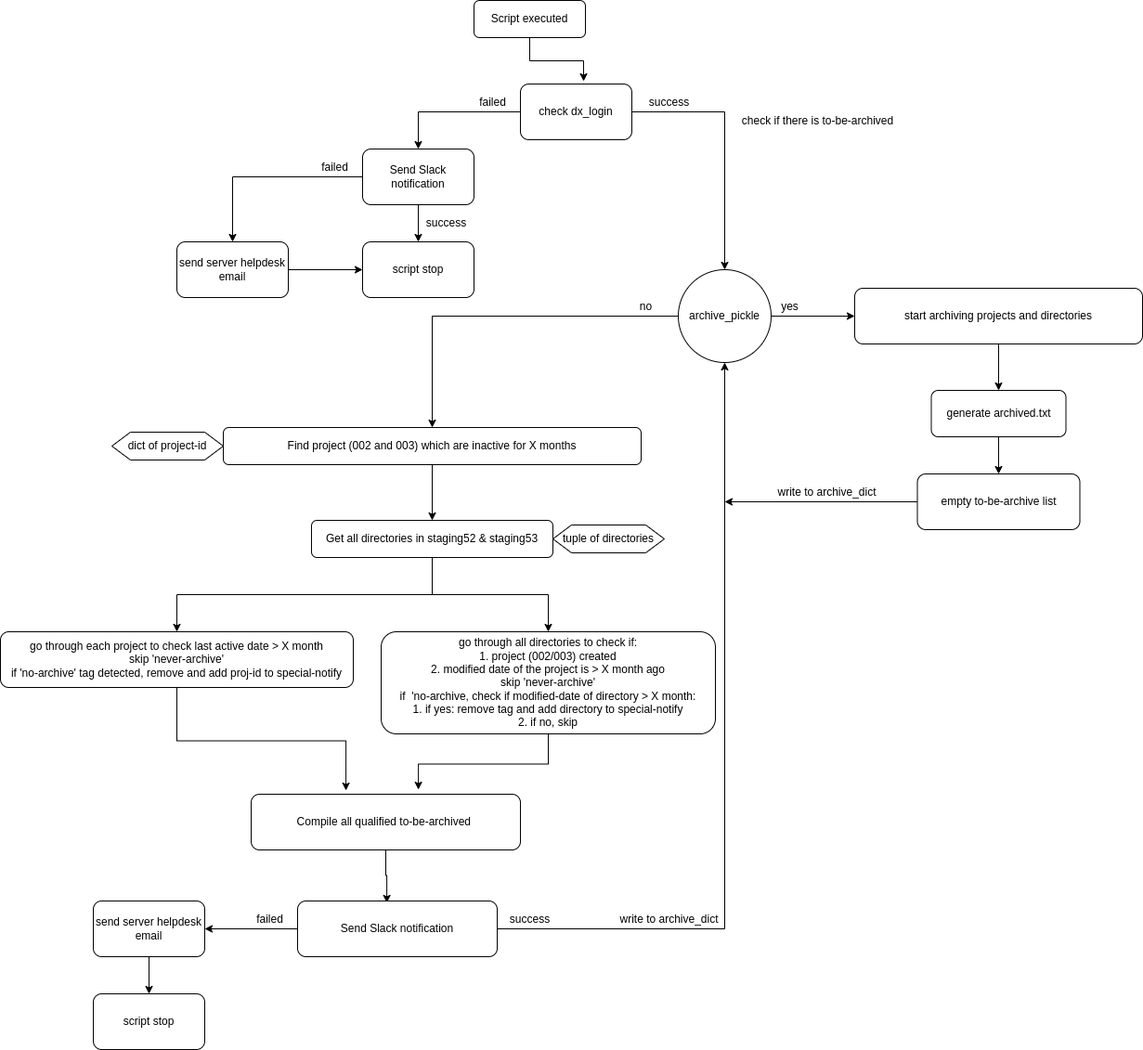
Above: archive.png in eastgenomics/automated-archiving (draw.io), before the change. Source tidied: cells renumbered, new cells last; positions are measured from the earlier drawing's top-left corner, leaving out a move shared by most shapes. Its diagram source:
```xml
<mxGraphModel>
  <root>
    <mxCell id="0" />
    <mxCell id="1" parent="0" />
    <mxCell id="2" style="edgeStyle=orthogonalEdgeStyle;rounded=0;jettySize=auto;html=1;entryX=0.567;entryY=-0.05;entryDx=0;entryDy=0;entryPerimeter=0;" parent="1" edge="1" source="3" target="37">
      <mxGeometry relative="1" as="geometry" />
    </mxCell>
    <mxCell id="3" value="Script executed" style="rounded=1;whiteSpace=wrap;html=1;" parent="1" vertex="1">
      <mxGeometry x="510" width="120" height="40" as="geometry" />
    </mxCell>
    <mxCell id="4" style="edgeStyle=orthogonalEdgeStyle;rounded=0;jettySize=auto;html=1;" parent="1" edge="1" source="5" target="9">
      <mxGeometry relative="1" as="geometry" />
    </mxCell>
    <mxCell id="5" value="Find project (002 and 003) which are inactive for X months" style="rounded=1;whiteSpace=wrap;html=1;" parent="1" vertex="1">
      <mxGeometry x="240" y="460" width="450" height="40" as="geometry" />
    </mxCell>
    <mxCell id="6" value="dict of project-id" style="shape=hexagon;perimeter=hexagonPerimeter2;whiteSpace=wrap;html=1;fixedSize=1;" parent="1" vertex="1">
      <mxGeometry x="120" y="465" width="120" height="30" as="geometry" />
    </mxCell>
    <mxCell id="7" style="edgeStyle=orthogonalEdgeStyle;rounded=0;jettySize=auto;html=1;" parent="1" edge="1" source="9" target="23">
      <mxGeometry relative="1" as="geometry" />
    </mxCell>
    <mxCell id="8" style="edgeStyle=orthogonalEdgeStyle;rounded=0;jettySize=auto;html=1;exitX=0.5;exitY=1;exitDx=0;exitDy=0;entryX=0.5;entryY=0;entryDx=0;entryDy=0;" parent="1" edge="1" source="9" target="12">
      <mxGeometry relative="1" as="geometry" />
    </mxCell>
    <mxCell id="9" value="Get all directories in staging52 &amp;amp; staging53" style="rounded=1;whiteSpace=wrap;html=1;" parent="1" vertex="1">
      <mxGeometry x="335" y="560" width="260" height="40" as="geometry" />
    </mxCell>
    <mxCell id="10" value="tuple of directories" style="shape=hexagon;perimeter=hexagonPerimeter2;whiteSpace=wrap;html=1;fixedSize=1;" parent="1" vertex="1">
      <mxGeometry x="595" y="565" width="120" height="30" as="geometry" />
    </mxCell>
    <mxCell id="11" style="edgeStyle=orthogonalEdgeStyle;rounded=0;jettySize=auto;html=1;entryX=0.352;entryY=-0.067;entryDx=0;entryDy=0;entryPerimeter=0;" parent="1" edge="1" source="12" target="25">
      <mxGeometry relative="1" as="geometry" />
    </mxCell>
    <mxCell id="12" value="go through each project to check last active date &amp;gt; X month&lt;br&gt;skip 'never-archive'&lt;br&gt;if 'no-archive' tag detected, remove and add proj-id to special-notify" style="rounded=1;whiteSpace=wrap;html=1;" parent="1" vertex="1">
      <mxGeometry y="680" width="380" height="60" as="geometry" />
    </mxCell>
    <mxCell id="13" style="edgeStyle=orthogonalEdgeStyle;rounded=0;jettySize=auto;html=1;entryX=0.5;entryY=0;entryDx=0;entryDy=0;" parent="1" edge="1" source="15" target="5">
      <mxGeometry relative="1" as="geometry" />
    </mxCell>
    <mxCell id="14" style="edgeStyle=orthogonalEdgeStyle;rounded=0;jettySize=auto;html=1;" parent="1" edge="1" source="15" target="19">
      <mxGeometry relative="1" as="geometry" />
    </mxCell>
    <mxCell id="15" value="archive_pickle" style="ellipse;whiteSpace=wrap;html=1;" parent="1" vertex="1">
      <mxGeometry x="730" y="290" width="100" height="100" as="geometry" />
    </mxCell>
    <mxCell id="16" value="check if there is to-be-archived" style="text;html=1;align=center;verticalAlign=middle;strokeColor=none;fillColor=none;" parent="1" vertex="1">
      <mxGeometry x="790" y="120" width="180" height="20" as="geometry" />
    </mxCell>
    <mxCell id="17" value="no" style="text;html=1;align=center;verticalAlign=middle;strokeColor=none;fillColor=none;" parent="1" vertex="1">
      <mxGeometry x="680" y="320" width="30" height="20" as="geometry" />
    </mxCell>
    <mxCell id="18" style="edgeStyle=orthogonalEdgeStyle;rounded=0;jettySize=auto;html=1;" parent="1" edge="1" source="19" target="21">
      <mxGeometry relative="1" as="geometry" />
    </mxCell>
    <mxCell id="19" value="start archiving projects and directories" style="rounded=1;whiteSpace=wrap;html=1;" parent="1" vertex="1">
      <mxGeometry x="920" y="310" width="310" height="60" as="geometry" />
    </mxCell>
    <mxCell id="20" style="edgeStyle=orthogonalEdgeStyle;rounded=0;jettySize=auto;html=1;" parent="1" edge="1" source="21" target="50">
      <mxGeometry relative="1" as="geometry" />
    </mxCell>
    <mxCell id="21" value="generate archived.txt" style="rounded=1;whiteSpace=wrap;html=1;" parent="1" vertex="1">
      <mxGeometry x="1002.5" y="420" width="145" height="50" as="geometry" />
    </mxCell>
    <mxCell id="22" style="edgeStyle=orthogonalEdgeStyle;rounded=0;jettySize=auto;html=1;entryX=0.621;entryY=-0.083;entryDx=0;entryDy=0;entryPerimeter=0;" parent="1" edge="1" source="23" target="25">
      <mxGeometry relative="1" as="geometry" />
    </mxCell>
    <mxCell id="23" value="go through all directories to check if:&lt;br&gt;1. project (002/003) created&lt;br&gt;2. modified date of the project is &amp;gt; X month ago&lt;br&gt;skip 'never-archive'&lt;br&gt;if&amp;nbsp; 'no-archive, check if modified-date of directory &amp;gt; X month:&lt;br&gt;1. if yes: remove tag and add directory to special-notify&lt;br&gt;2. if no, skip" style="rounded=1;whiteSpace=wrap;html=1;" parent="1" vertex="1">
      <mxGeometry x="410" y="680" width="360" height="110" as="geometry" />
    </mxCell>
    <mxCell id="24" style="edgeStyle=orthogonalEdgeStyle;rounded=0;jettySize=auto;html=1;entryX=0.447;entryY=0.033;entryDx=0;entryDy=0;entryPerimeter=0;" parent="1" edge="1" source="25" target="28">
      <mxGeometry relative="1" as="geometry" />
    </mxCell>
    <mxCell id="25" value="Compile all qualified to-be-archived&amp;nbsp;" style="rounded=1;whiteSpace=wrap;html=1;" parent="1" vertex="1">
      <mxGeometry x="270" y="855" width="290" height="60" as="geometry" />
    </mxCell>
    <mxCell id="26" style="edgeStyle=orthogonalEdgeStyle;rounded=0;jettySize=auto;html=1;" parent="1" edge="1" source="28" target="32">
      <mxGeometry relative="1" as="geometry" />
    </mxCell>
    <mxCell id="27" style="edgeStyle=orthogonalEdgeStyle;rounded=0;jettySize=auto;html=1;entryX=0.5;entryY=1;entryDx=0;entryDy=0;" parent="1" edge="1" source="28" target="15">
      <mxGeometry relative="1" as="geometry" />
    </mxCell>
    <mxCell id="28" value="Send Slack notification" style="rounded=1;whiteSpace=wrap;html=1;" parent="1" vertex="1">
      <mxGeometry x="320" y="970" width="215" height="60" as="geometry" />
    </mxCell>
    <mxCell id="29" value="write to archive_dict" style="text;html=1;align=center;verticalAlign=middle;strokeColor=none;fillColor=none;" parent="1" vertex="1">
      <mxGeometry x="660" y="980" width="120" height="20" as="geometry" />
    </mxCell>
    <mxCell id="30" value="failed" style="text;html=1;align=center;verticalAlign=middle;strokeColor=none;fillColor=none;" parent="1" vertex="1">
      <mxGeometry x="270" y="980" width="40" height="20" as="geometry" />
    </mxCell>
    <mxCell id="31" style="edgeStyle=orthogonalEdgeStyle;rounded=0;jettySize=auto;html=1;entryX=0.5;entryY=0;entryDx=0;entryDy=0;" parent="1" edge="1" source="32" target="34">
      <mxGeometry relative="1" as="geometry" />
    </mxCell>
    <mxCell id="32" value="send server helpdesk email" style="rounded=1;whiteSpace=wrap;html=1;" parent="1" vertex="1">
      <mxGeometry x="100" y="970" width="120" height="60" as="geometry" />
    </mxCell>
    <mxCell id="33" value="yes" style="text;html=1;align=center;verticalAlign=middle;strokeColor=none;fillColor=none;" parent="1" vertex="1">
      <mxGeometry x="835" y="320" width="30" height="20" as="geometry" />
    </mxCell>
    <mxCell id="34" value="script stop" style="rounded=1;whiteSpace=wrap;html=1;" parent="1" vertex="1">
      <mxGeometry x="100" y="1070" width="120" height="60" as="geometry" />
    </mxCell>
    <mxCell id="35" style="edgeStyle=orthogonalEdgeStyle;rounded=0;jettySize=auto;html=1;entryX=0.5;entryY=0;entryDx=0;entryDy=0;" parent="1" edge="1" source="37" target="15">
      <mxGeometry relative="1" as="geometry" />
    </mxCell>
    <mxCell id="36" style="edgeStyle=orthogonalEdgeStyle;rounded=0;jettySize=auto;html=1;" parent="1" edge="1" source="37">
      <mxGeometry relative="1" as="geometry">
        <mxPoint x="450" y="160" as="targetPoint" />
      </mxGeometry>
    </mxCell>
    <mxCell id="37" value="check dx_login" style="rounded=1;whiteSpace=wrap;html=1;" parent="1" vertex="1">
      <mxGeometry x="560" y="90" width="120" height="60" as="geometry" />
    </mxCell>
    <mxCell id="38" value="success" style="text;html=1;align=center;verticalAlign=middle;strokeColor=none;fillColor=none;" parent="1" vertex="1">
      <mxGeometry x="690" y="100" width="60" height="20" as="geometry" />
    </mxCell>
    <mxCell id="39" value="failed" style="text;html=1;align=center;verticalAlign=middle;strokeColor=none;fillColor=none;" parent="1" vertex="1">
      <mxGeometry x="510" y="100" width="40" height="20" as="geometry" />
    </mxCell>
    <mxCell id="40" style="edgeStyle=orthogonalEdgeStyle;rounded=0;jettySize=auto;html=1;" parent="1" edge="1" source="42" target="43">
      <mxGeometry relative="1" as="geometry" />
    </mxCell>
    <mxCell id="41" style="edgeStyle=orthogonalEdgeStyle;rounded=0;jettySize=auto;html=1;entryX=0.5;entryY=0;entryDx=0;entryDy=0;" parent="1" edge="1" source="42" target="46">
      <mxGeometry relative="1" as="geometry" />
    </mxCell>
    <mxCell id="42" value="Send Slack notification" style="rounded=1;whiteSpace=wrap;html=1;" parent="1" vertex="1">
      <mxGeometry x="390" y="160" width="120" height="60" as="geometry" />
    </mxCell>
    <mxCell id="43" value="script stop" style="rounded=1;whiteSpace=wrap;html=1;" parent="1" vertex="1">
      <mxGeometry x="390" y="260" width="120" height="60" as="geometry" />
    </mxCell>
    <mxCell id="44" value="failed" style="text;html=1;align=center;verticalAlign=middle;strokeColor=none;fillColor=none;" parent="1" vertex="1">
      <mxGeometry x="340" y="170" width="40" height="20" as="geometry" />
    </mxCell>
    <mxCell id="45" style="edgeStyle=orthogonalEdgeStyle;rounded=0;jettySize=auto;html=1;entryX=0;entryY=0.5;entryDx=0;entryDy=0;" parent="1" edge="1" source="46" target="43">
      <mxGeometry relative="1" as="geometry" />
    </mxCell>
    <mxCell id="46" value="send server helpdesk email" style="rounded=1;whiteSpace=wrap;html=1;" parent="1" vertex="1">
      <mxGeometry x="190" y="260" width="120" height="60" as="geometry" />
    </mxCell>
    <mxCell id="47" value="success" style="text;html=1;align=center;verticalAlign=middle;strokeColor=none;fillColor=none;" parent="1" vertex="1">
      <mxGeometry x="450" y="230" width="60" height="20" as="geometry" />
    </mxCell>
    <mxCell id="48" value="success" style="text;html=1;align=center;verticalAlign=middle;strokeColor=none;fillColor=none;" parent="1" vertex="1">
      <mxGeometry x="540" y="980" width="60" height="20" as="geometry" />
    </mxCell>
    <mxCell id="49" style="edgeStyle=orthogonalEdgeStyle;rounded=0;jettySize=auto;html=1;" parent="1" edge="1" source="50">
      <mxGeometry relative="1" as="geometry">
        <mxPoint x="780" y="540" as="targetPoint" />
      </mxGeometry>
    </mxCell>
    <mxCell id="50" value="empty to-be-archive list" style="rounded=1;whiteSpace=wrap;html=1;" parent="1" vertex="1">
      <mxGeometry x="987.5" y="510" width="175" height="60" as="geometry" />
    </mxCell>
    <mxCell id="51" value="write to archive_dict" style="text;html=1;align=center;verticalAlign=middle;strokeColor=none;fillColor=none;" parent="1" vertex="1">
      <mxGeometry x="830" y="520" width="120" height="20" as="geometry" />
    </mxCell>
  </root>
</mxGraphModel>
```
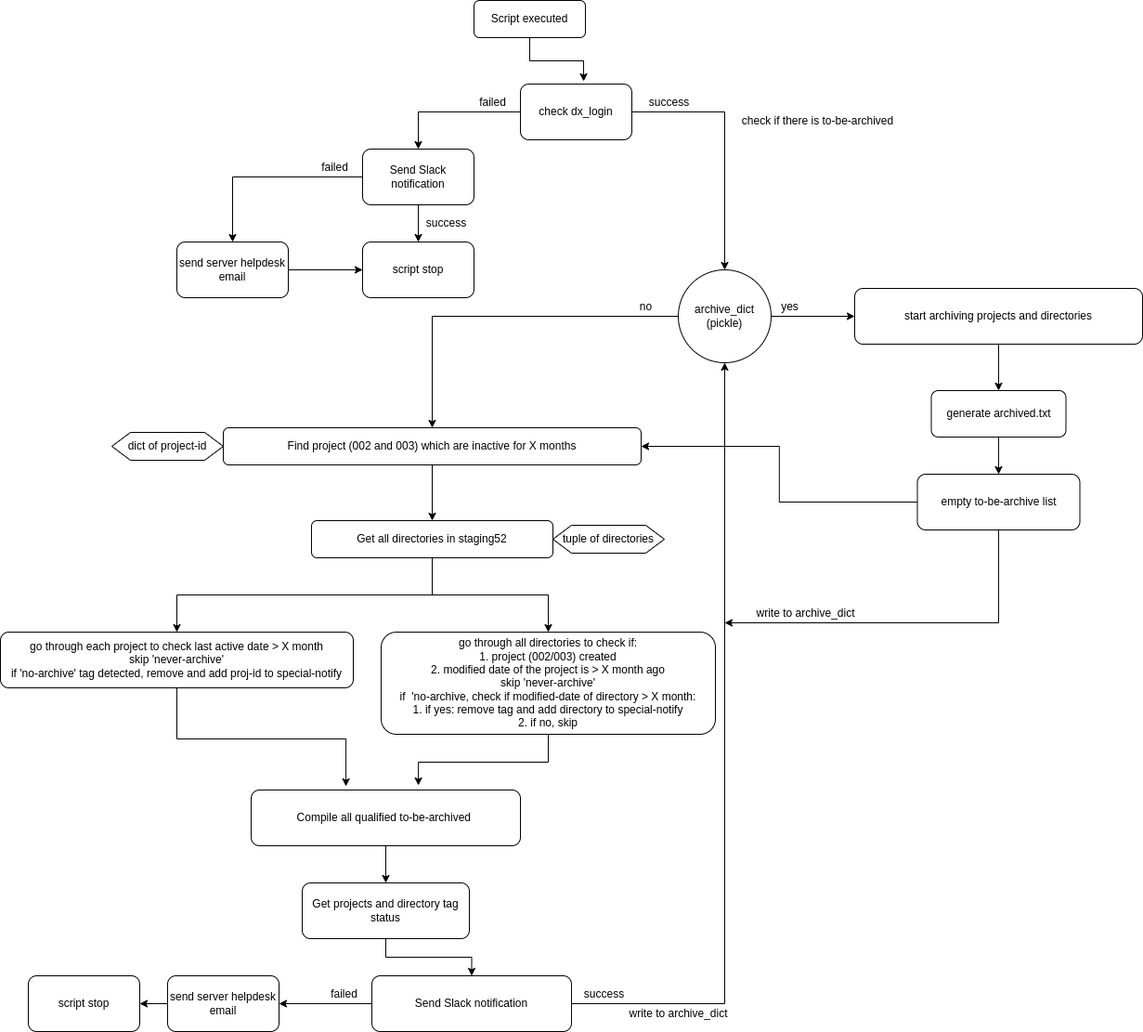
After the change.

The edit, as a diff of the source:
```diff
@@ -23,7 +23,7 @@
     <mxCell id="8" style="edgeStyle=orthogonalEdgeStyle;rounded=0;jettySize=auto;html=1;exitX=0.5;exitY=1;exitDx=0;exitDy=0;entryX=0.5;entryY=0;entryDx=0;entryDy=0;" parent="1" edge="1" source="9" target="12">
       <mxGeometry relative="1" as="geometry" />
     </mxCell>
-    <mxCell id="9" value="Get all directories in staging52 &amp;amp; staging53" style="rounded=1;whiteSpace=wrap;html=1;" parent="1" vertex="1">
+    <mxCell id="9" value="Get all directories in staging52" style="rounded=1;whiteSpace=wrap;html=1;" parent="1" vertex="1">
       <mxGeometry x="335" y="560" width="260" height="40" as="geometry" />
     </mxCell>
     <mxCell id="10" value="tuple of directories" style="shape=hexagon;perimeter=hexagonPerimeter2;whiteSpace=wrap;html=1;fixedSize=1;" parent="1" vertex="1">
@@ -41,7 +41,7 @@
     <mxCell id="14" style="edgeStyle=orthogonalEdgeStyle;rounded=0;jettySize=auto;html=1;" parent="1" edge="1" source="15" target="19">
       <mxGeometry relative="1" as="geometry" />
     </mxCell>
-    <mxCell id="15" value="archive_pickle" style="ellipse;whiteSpace=wrap;html=1;" parent="1" vertex="1">
+    <mxCell id="15" value="archive_dict&lt;br&gt;(pickle)" style="ellipse;whiteSpace=wrap;html=1;" parent="1" vertex="1">
       <mxGeometry x="730" y="290" width="100" height="100" as="geometry" />
     </mxCell>
     <mxCell id="16" value="check if there is to-be-archived" style="text;html=1;align=center;verticalAlign=middle;strokeColor=none;fillColor=none;" parent="1" vertex="1">
@@ -68,11 +68,11 @@
     <mxCell id="23" value="go through all directories to check if:&lt;br&gt;1. project (002/003) created&lt;br&gt;2. modified date of the project is &amp;gt; X month ago&lt;br&gt;skip 'never-archive'&lt;br&gt;if&amp;nbsp; 'no-archive, check if modified-date of directory &amp;gt; X month:&lt;br&gt;1. if yes: remove tag and add directory to special-notify&lt;br&gt;2. if no, skip" style="rounded=1;whiteSpace=wrap;html=1;" parent="1" vertex="1">
       <mxGeometry x="410" y="680" width="360" height="110" as="geometry" />
     </mxCell>
-    <mxCell id="24" style="edgeStyle=orthogonalEdgeStyle;rounded=0;jettySize=auto;html=1;entryX=0.447;entryY=0.033;entryDx=0;entryDy=0;entryPerimeter=0;" parent="1" edge="1" source="25" target="28">
-      <mxGeometry relative="1" as="geometry" />
-    </mxCell>
+    <mxCell id="52" style="edgeStyle=orthogonalEdgeStyle;rounded=0;jettySize=auto;html=1;" parent="1" edge="1" source="25" target="55">
+      <mxGeometry relative="1" as="geometry" />
+    </mxCell>
     <mxCell id="25" value="Compile all qualified to-be-archived&amp;nbsp;" style="rounded=1;whiteSpace=wrap;html=1;" parent="1" vertex="1">
-      <mxGeometry x="270" y="855" width="290" height="60" as="geometry" />
+      <mxGeometry x="270" y="850" width="290" height="60" as="geometry" />
     </mxCell>
     <mxCell id="26" style="edgeStyle=orthogonalEdgeStyle;rounded=0;jettySize=auto;html=1;" parent="1" edge="1" source="28" target="32">
       <mxGeometry relative="1" as="geometry" />
@@ -81,25 +81,25 @@
       <mxGeometry relative="1" as="geometry" />
     </mxCell>
     <mxCell id="28" value="Send Slack notification" style="rounded=1;whiteSpace=wrap;html=1;" parent="1" vertex="1">
-      <mxGeometry x="320" y="970" width="215" height="60" as="geometry" />
+      <mxGeometry x="400" y="1050" width="215" height="60" as="geometry" />
     </mxCell>
     <mxCell id="29" value="write to archive_dict" style="text;html=1;align=center;verticalAlign=middle;strokeColor=none;fillColor=none;" parent="1" vertex="1">
-      <mxGeometry x="660" y="980" width="120" height="20" as="geometry" />
+      <mxGeometry x="670" y="1081" width="120" height="20" as="geometry" />
     </mxCell>
     <mxCell id="30" value="failed" style="text;html=1;align=center;verticalAlign=middle;strokeColor=none;fillColor=none;" parent="1" vertex="1">
-      <mxGeometry x="270" y="980" width="40" height="20" as="geometry" />
+      <mxGeometry x="350" y="1060" width="40" height="20" as="geometry" />
     </mxCell>
-    <mxCell id="31" style="edgeStyle=orthogonalEdgeStyle;rounded=0;jettySize=auto;html=1;entryX=0.5;entryY=0;entryDx=0;entryDy=0;" parent="1" edge="1" source="32" target="34">
+    <mxCell id="31" style="edgeStyle=orthogonalEdgeStyle;rounded=0;jettySize=auto;html=1;" parent="1" edge="1" source="32" target="34">
       <mxGeometry relative="1" as="geometry" />
     </mxCell>
     <mxCell id="32" value="send server helpdesk email" style="rounded=1;whiteSpace=wrap;html=1;" parent="1" vertex="1">
-      <mxGeometry x="100" y="970" width="120" height="60" as="geometry" />
+      <mxGeometry x="180" y="1050" width="120" height="60" as="geometry" />
     </mxCell>
     <mxCell id="33" value="yes" style="text;html=1;align=center;verticalAlign=middle;strokeColor=none;fillColor=none;" parent="1" vertex="1">
       <mxGeometry x="835" y="320" width="30" height="20" as="geometry" />
     </mxCell>
     <mxCell id="34" value="script stop" style="rounded=1;whiteSpace=wrap;html=1;" parent="1" vertex="1">
-      <mxGeometry x="100" y="1070" width="120" height="60" as="geometry" />
+      <mxGeometry x="30" y="1050" width="120" height="60" as="geometry" />
     </mxCell>
     <mxCell id="35" style="edgeStyle=orthogonalEdgeStyle;rounded=0;jettySize=auto;html=1;entryX=0.5;entryY=0;entryDx=0;entryDy=0;" parent="1" edge="1" source="37" target="15">
       <mxGeometry relative="1" as="geometry" />
@@ -143,18 +143,30 @@
       <mxGeometry x="450" y="230" width="60" height="20" as="geometry" />
     </mxCell>
     <mxCell id="48" value="success" style="text;html=1;align=center;verticalAlign=middle;strokeColor=none;fillColor=none;" parent="1" vertex="1">
-      <mxGeometry x="540" y="980" width="60" height="20" as="geometry" />
+      <mxGeometry x="620" y="1060" width="60" height="20" as="geometry" />
     </mxCell>
-    <mxCell id="49" style="edgeStyle=orthogonalEdgeStyle;rounded=0;jettySize=auto;html=1;" parent="1" edge="1" source="50">
-      <mxGeometry relative="1" as="geometry">
-        <mxPoint x="780" y="540" as="targetPoint" />
-      </mxGeometry>
+    <mxCell id="49" style="edgeStyle=orthogonalEdgeStyle;rounded=0;jettySize=auto;html=1;entryX=1;entryY=0.5;entryDx=0;entryDy=0;" parent="1" edge="1" source="50" target="5">
+      <mxGeometry relative="1" as="geometry" />
     </mxCell>
+    <mxCell id="53" style="edgeStyle=orthogonalEdgeStyle;rounded=0;jettySize=auto;html=1;" parent="1" edge="1" source="50">
+      <mxGeometry relative="1" as="geometry">
+        <mxPoint x="780" y="670" as="targetPoint" />
+        <Array as="points">
+          <mxPoint x="1075" y="670" />
+        </Array>
+      </mxGeometry>
+    </mxCell>
     <mxCell id="50" value="empty to-be-archive list" style="rounded=1;whiteSpace=wrap;html=1;" parent="1" vertex="1">
       <mxGeometry x="987.5" y="510" width="175" height="60" as="geometry" />
     </mxCell>
     <mxCell id="51" value="write to archive_dict" style="text;html=1;align=center;verticalAlign=middle;strokeColor=none;fillColor=none;" parent="1" vertex="1">
-      <mxGeometry x="830" y="520" width="120" height="20" as="geometry" />
+      <mxGeometry x="807" y="650" width="120" height="20" as="geometry" />
     </mxCell>
+    <mxCell id="54" style="edgeStyle=orthogonalEdgeStyle;rounded=0;jettySize=auto;html=1;" parent="1" edge="1" source="55" target="28">
+      <mxGeometry relative="1" as="geometry" />
+    </mxCell>
+    <mxCell id="55" value="Get projects and directory tag status" style="rounded=1;whiteSpace=wrap;html=1;" parent="1" vertex="1">
+      <mxGeometry x="325" y="950" width="180" height="60" as="geometry" />
+    </mxCell>
   </root>
 </mxGraphModel>
```
